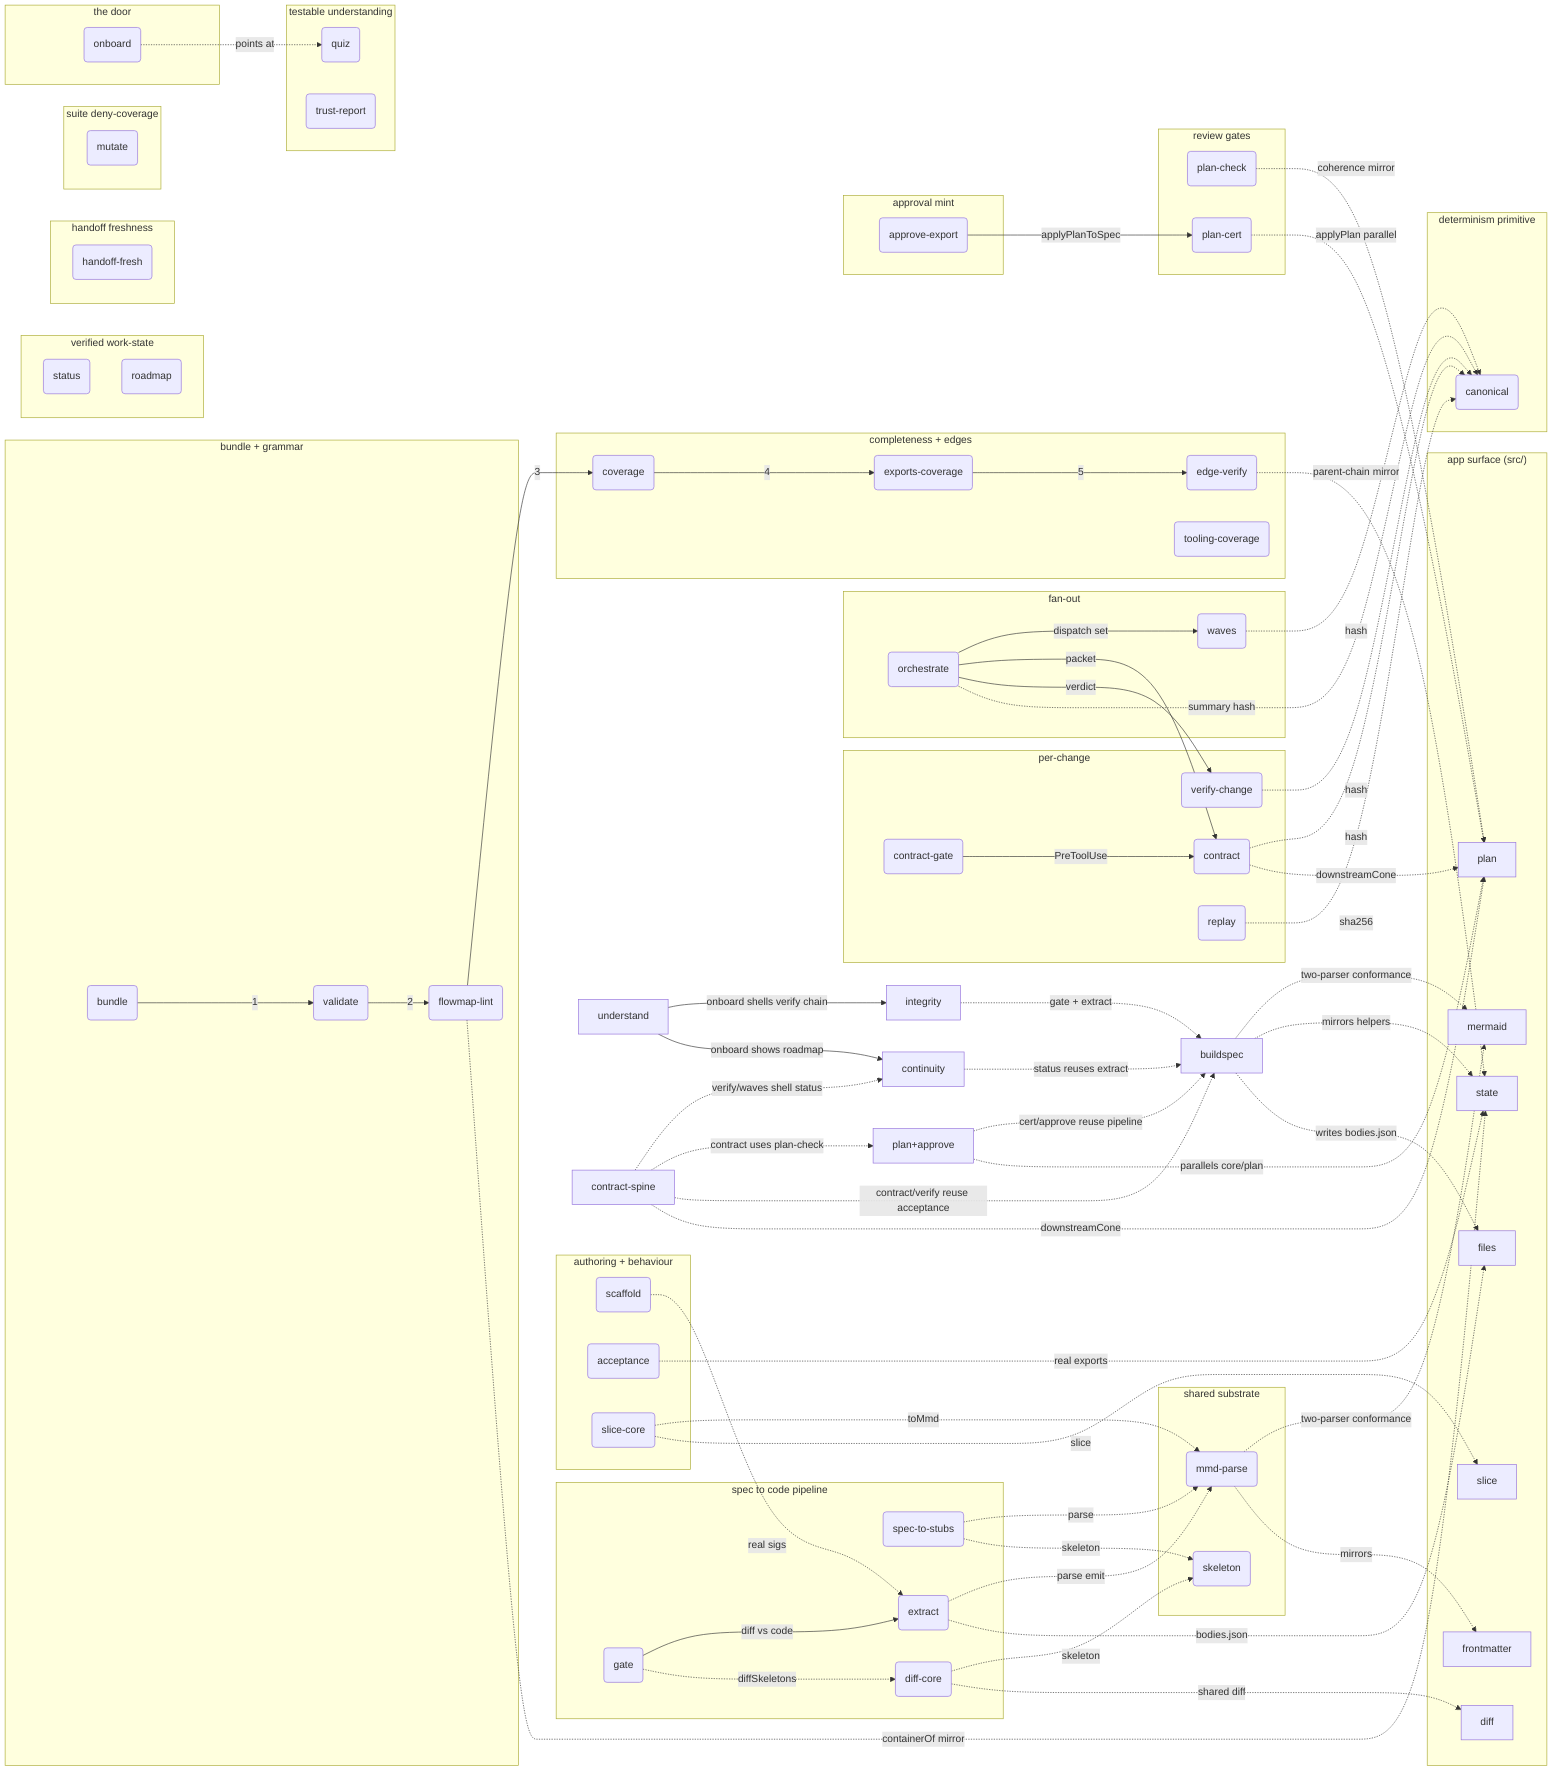
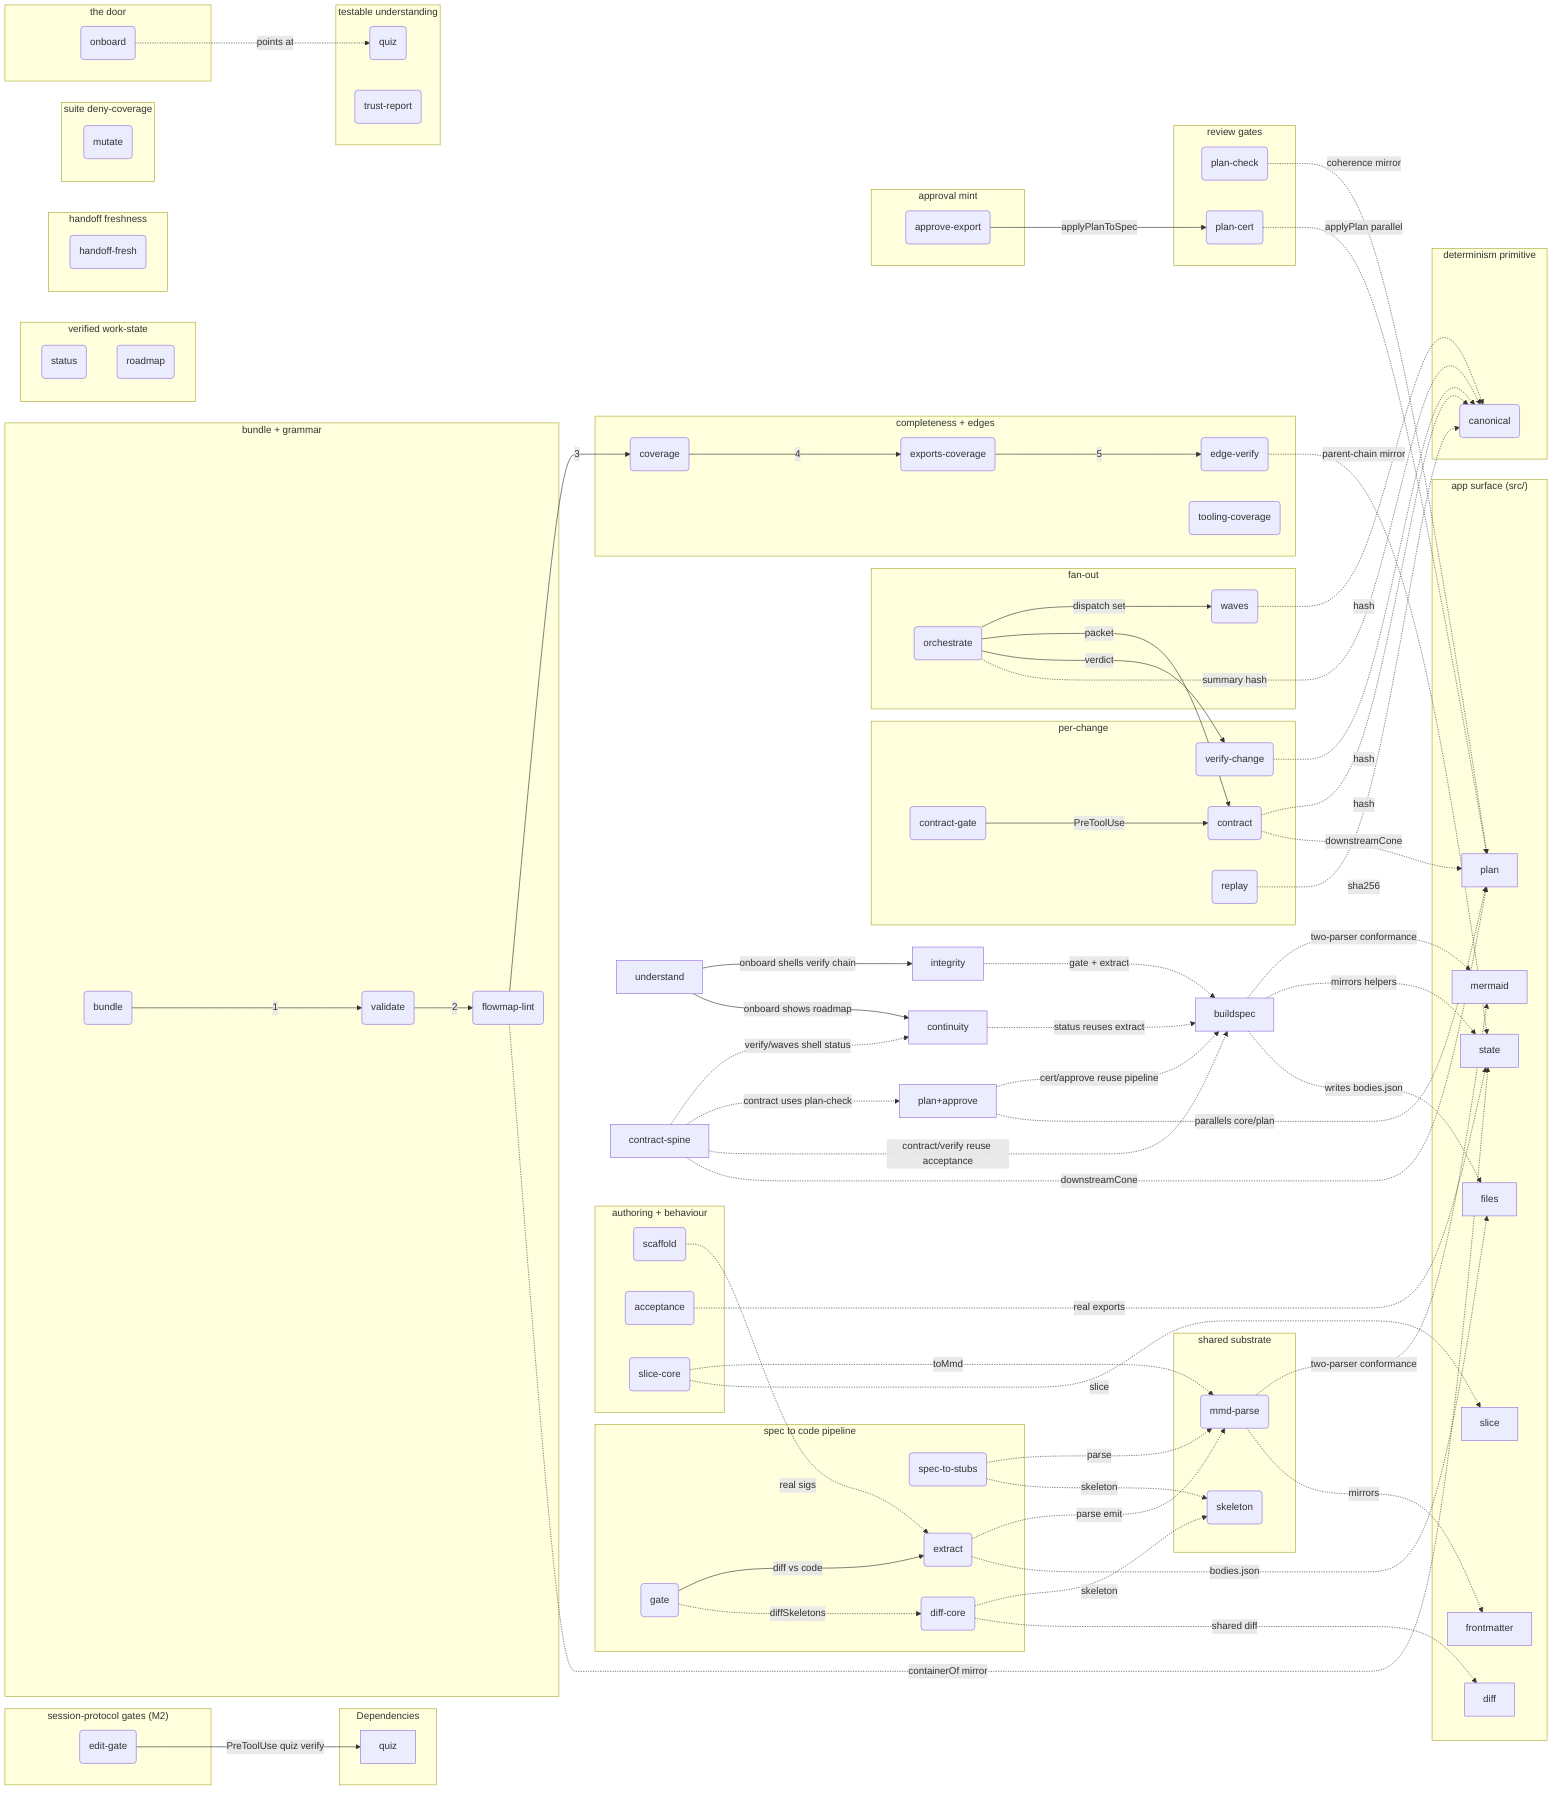
flowchart LR
%% AUTO-GENERATED BUNDLE — do not edit. Edit the per-folder fragments and re-bundle.
%% root flowmapBuildspec

%% fm:meta mermaid name=mermaid
%% fm:meta mermaid desc=app serializer/parser the tooling parser must agree with (two-parser conformance A3)
%% fm:meta frontmatter name=frontmatter
%% fm:meta frontmatter desc=app frontmatter model the tooling parser and skeleton mirror
%% fm:meta state name=state
%% fm:meta state desc=app model and geometry helpers the tooling mirrors and runs acceptance cases against
%% fm:meta files name=files
%% fm:meta files desc=app file IO that consumes the bodies.json the extractor writes
%% fm:meta diff name=diff
%% fm:meta diff desc=app semantic diff whose engine the tooling diff-core shares
%% fm:meta slice name=slice
%% fm:meta slice desc=app neighbourhood slice whose engine the tooling slice-core mirrors
%% fm:meta plan name=plan
%% fm:meta plan desc=app plan overlay model the tooling plan/cert/contract tools parallel and route into
%% fm:meta flowmapBuildspec__mmdParse name=mmd-parse
%% fm:meta flowmapBuildspec__mmdParse desc=zero-dep parser and serializer for the .mmd dialect every tool imports
%% fm:meta flowmapBuildspec__skeleton name=skeleton
%% fm:meta flowmapBuildspec__skeleton desc=canonical contract skeleton of a node plus all type normalization
%% fm:meta flowmapBuildspec__specToStubs name=spec-to-stubs
%% fm:meta flowmapBuildspec__specToStubs desc=step 1 emit TS stubs and contracts so interface drift becomes a tsc error
%% fm:meta flowmapBuildspec__extract name=extract
%% fm:meta flowmapBuildspec__extract desc=step 2 ts-morph walks src and re-serializes real code into a map plus bodies.json
%% fm:meta flowmapBuildspec__diffCore name=diff-core
%% fm:meta flowmapBuildspec__diffCore desc=pure structural diff between two skeleton maps categorizing every mismatch
%% fm:meta flowmapBuildspec__gate name=gate
%% fm:meta flowmapBuildspec__gate desc=step 3 diff committed spec against extracted code and exit non-zero on drift
%% fm:meta flowmapBuildspec__scaffold name=scaffold
%% fm:meta flowmapBuildspec__scaffold desc=author aid init backfill signatures and append plan nodes to fragments
%% fm:meta flowmapBuildspec__acceptance name=acceptance
%% fm:meta flowmapBuildspec__acceptance desc=Keystone 2 run behavioural cases against real src exports to prove correctness
%% fm:meta flowmapBuildspec__sliceCore name=slice-core
%% fm:meta flowmapBuildspec__sliceCore desc=pure model slicer reducing a parsed map to a seed node neighbourhood
%% fm:meta flowmapContinuity__status name=status
%% fm:meta flowmapContinuity__status desc=verified work-state compare a plan proposed signatures against live code built pending drifted missing
%% fm:meta flowmapContinuity__roadmap name=roadmap
%% fm:meta flowmapContinuity__roadmap desc=compute roadmap phase status from predicates and audit the no prose status ban
%% fm:meta flowmapContinuity__handoff name=handoff-fresh
%% fm:meta flowmapContinuity__handoff desc=detect when the handoff lags commits and falsify not yet committed prose claims
%% fm:meta flowmapContractSpine__canonical name=canonical
%% fm:meta flowmapContractSpine__canonical desc=the determinism primitive key sorted JSON and sha256 so equality is a hash compare
%% fm:meta flowmapContractSpine__contract name=contract
%% fm:meta flowmapContractSpine__contract desc=emit a byte deterministic per change packet by routing blast radius source and coherence
%% fm:meta flowmapContractSpine__contractGate name=contract-gate
%% fm:meta flowmapContractSpine__contractGate desc=PreToolUse hook deny a spawn carrying a contract sentinel unless the contract resolves clean
+ %% fm:meta flowmapContractSpine__editGate name=edit-gate
+ %% fm:meta flowmapContractSpine__editGate desc=PreToolUse hook deny a src edit unless a quiz pass verifies against the current map bytes
%% fm:meta flowmapContractSpine__verifyChange name=verify-change
%% fm:meta flowmapContractSpine__verifyChange desc=fold structural and behavioural results into a data only verdict strict refuses over trust
%% fm:meta flowmapContractSpine__replay name=replay
%% fm:meta flowmapContractSpine__replay desc=determinism harness run a command N times and assert one stdout hash
%% fm:meta flowmapContractSpine__waves name=waves
%% fm:meta flowmapContractSpine__waves desc=topological wave partition of unbuilt changes with cycle detection for parallel dispatch
%% fm:meta flowmapContractSpine__orchestrate name=orchestrate
%% fm:meta flowmapContractSpine__orchestrate desc=the driver waves to per change worktree plus contract to verdict to canonical summary
%% fm:meta flowmapIntegrity__bundle name=bundle
%% fm:meta flowmapIntegrity__bundle desc=merge root plus every fragment into one bundle namespacing private ids
%% fm:meta flowmapIntegrity__validate name=validate
%% fm:meta flowmapIntegrity__validate desc=grammar gate one header unique ids every reference resolves one kind per node
%% fm:meta flowmapIntegrity__lint name=flowmap-lint
%% fm:meta flowmapIntegrity__lint desc=architecture altitude gate fail on flat file-mirror or unsectioned loose bag
%% fm:meta flowmapIntegrity__coverage name=coverage
%% fm:meta flowmapIntegrity__coverage desc=file completeness guard every source file is represented or has a fragment
%% fm:meta flowmapIntegrity__exports name=exports-coverage
%% fm:meta flowmapIntegrity__exports desc=symbol completeness guard every exported symbol is a node or audited entry
%% fm:meta flowmapIntegrity__edges name=edge-verify
%% fm:meta flowmapIntegrity__edges desc=edge integrity guard every edge is import backed intra file or audited advisory
%% fm:meta flowmapIntegrity__toolingCoverage name=tooling-coverage
%% fm:meta flowmapIntegrity__toolingCoverage desc=completeness plus symbol truth guard for the tooling map itself
%% fm:meta flowmapIntegrity__mutate name=mutate
%% fm:meta flowmapIntegrity__mutate desc=mutation harness apply corpus defects in isolated HEAD worktrees and assert the suite reacts as the corpus expects
%% fm:meta flowmapPlanApprove__planCheck name=plan-check
%% fm:meta flowmapPlanApprove__planCheck desc=C3 authoring coherence real ids acyclic deps valid parents coherent accepted set
%% fm:meta flowmapPlanApprove__planCert name=plan-cert
%% fm:meta flowmapPlanApprove__planCert desc=C2 dry-run certificate apply the plan and run generate tsc extract gate as a delta
%% fm:meta flowmapPlanApprove__approve name=approve-export
%% fm:meta flowmapPlanApprove__approve desc=E1 mint write approved map contracts filtered plan and checklist
%% fm:meta flowmapUnderstand__onboard name=onboard
%% fm:meta flowmapUnderstand__onboard desc=the single verifiable door shell the verify chain emit invariants print quiz and roadmap
%% fm:meta flowmapUnderstand__quiz name=quiz
%% fm:meta flowmapUnderstand__quiz desc=Keystone 1 generate structural questions and score answers against live re-derived keys
%% fm:meta flowmapUnderstand__trust name=trust-report
%% fm:meta flowmapUnderstand__trust desc=tier every claim verified advisory or unverified so readers know what is enforced

%% kind flowmapBuildspec module
%% kind flowmapIntegrity module
%% kind flowmapUnderstand module
%% kind flowmapContinuity module
%% kind flowmapPlanApprove module
%% kind flowmapContractSpine module
%% kind mermaid module
%% kind frontmatter module
%% kind state module
%% kind files module
%% kind diff module
%% kind slice module
%% kind plan module
%% kind flowmapBuildspec__mmdParse module
%% kind flowmapBuildspec__skeleton module
%% kind flowmapBuildspec__specToStubs service
%% kind flowmapBuildspec__extract service
%% kind flowmapBuildspec__diffCore module
%% kind flowmapBuildspec__gate service
%% kind flowmapBuildspec__scaffold service
%% kind flowmapBuildspec__acceptance service
%% kind flowmapBuildspec__sliceCore module
%% kind flowmapContinuity__status service
%% kind flowmapContinuity__roadmap service
%% kind flowmapContinuity__handoff service
%% kind flowmapContractSpine__canonical module
%% kind flowmapContractSpine__contract service
%% kind flowmapContractSpine__contractGate service
+ %% kind flowmapContractSpine__editGate service
%% kind flowmapContractSpine__verifyChange service
%% kind flowmapContractSpine__replay service
%% kind flowmapContractSpine__waves service
%% kind flowmapContractSpine__orchestrate service
%% kind flowmapIntegrity__bundle service
%% kind flowmapIntegrity__validate service
%% kind flowmapIntegrity__lint service
%% kind flowmapIntegrity__coverage service
%% kind flowmapIntegrity__exports service
%% kind flowmapIntegrity__edges service
%% kind flowmapIntegrity__toolingCoverage service
%% kind flowmapIntegrity__mutate service
%% kind flowmapPlanApprove__planCheck service
%% kind flowmapPlanApprove__planCert service
%% kind flowmapPlanApprove__approve service
%% kind flowmapUnderstand__onboard service
%% kind flowmapUnderstand__quiz service
%% kind flowmapUnderstand__trust service
%% parent flowmapBuildspec__bs_substrate flowmapBuildspec
%% parent flowmapBuildspec__bs_pipeline flowmapBuildspec
%% parent flowmapBuildspec__bs_aids flowmapBuildspec
%% parent flowmapContinuity__co_state flowmapContinuity
%% parent flowmapContinuity__co_handoff flowmapContinuity
%% parent flowmapContractSpine__cs_prim flowmapContractSpine
%% parent flowmapContractSpine__cs_change flowmapContractSpine
%% parent flowmapContractSpine__cs_fanout flowmapContractSpine
+ %% parent flowmapContractSpine__cs_protocol flowmapContractSpine
%% parent flowmapIntegrity__in_build flowmapIntegrity
%% parent flowmapIntegrity__in_complete flowmapIntegrity
%% parent flowmapIntegrity__in_suite flowmapIntegrity
%% parent flowmapPlanApprove__pa_gates flowmapPlanApprove
%% parent flowmapPlanApprove__pa_mint flowmapPlanApprove
%% parent flowmapUnderstand__un_door flowmapUnderstand
%% parent flowmapUnderstand__un_prove flowmapUnderstand
%% src flowmapBuildspec__mmdParse tools/buildspec/mmd-parse.mjs#parseMmd
%% src flowmapBuildspec__skeleton tools/buildspec/skeleton.mjs#specSkeleton
%% src flowmapBuildspec__specToStubs tools/buildspec/spec-to-stubs.mjs#generate
%% src flowmapBuildspec__extract tools/buildspec/extract.mjs#extract
%% src flowmapBuildspec__diffCore tools/buildspec/diff-core.mjs#diffSkeletons
%% src flowmapBuildspec__gate tools/buildspec/gate.mjs
%% src flowmapBuildspec__scaffold tools/buildspec/scaffold.mjs#addFromPlan
%% src flowmapBuildspec__acceptance tools/buildspec/acceptance.mjs#runAcceptance
%% src flowmapBuildspec__sliceCore tools/buildspec/slice-core.mjs#sliceModel
%% src flowmapContinuity__status tools/flowmap/status.mjs
%% src flowmapContinuity__roadmap tools/flowmap/roadmap.mjs
%% src flowmapContinuity__handoff tools/flowmap/handoff-fresh.mjs#checkContentClaims
%% src flowmapContractSpine__canonical tools/flowmap/lib/canonical.mjs#canonicalize
%% src flowmapContractSpine__contract tools/flowmap/contract.mjs
%% src flowmapContractSpine__contractGate tools/flowmap/contract-gate.mjs
+ %% src flowmapContractSpine__editGate tools/flowmap/edit-gate.mjs
%% src flowmapContractSpine__verifyChange tools/flowmap/verify-change.mjs
%% src flowmapContractSpine__replay tools/flowmap/replay.mjs
%% src flowmapContractSpine__waves tools/flowmap/waves.mjs
%% src flowmapContractSpine__orchestrate tools/flowmap/orchestrate.mjs
%% src flowmapIntegrity__bundle tools/flowmap/bundle.mjs
%% src flowmapIntegrity__validate tools/flowmap/validate.mjs
%% src flowmapIntegrity__lint tools/flowmap/flowmap-lint.mjs#lint
%% src flowmapIntegrity__coverage tools/flowmap/coverage.mjs
%% src flowmapIntegrity__exports tools/flowmap/exports-coverage.mjs
%% src flowmapIntegrity__edges tools/flowmap/edge-verify.mjs#verifyEdges
%% src flowmapIntegrity__toolingCoverage tools/flowmap/tooling-coverage.mjs
%% src flowmapIntegrity__mutate tools/flowmap/mutate.mjs
%% src flowmapPlanApprove__planCheck tools/flowmap/plan-check.mjs#checkPlan
%% src flowmapPlanApprove__planCert tools/flowmap/plan-cert.mjs#certifyPlan
%% src flowmapPlanApprove__approve tools/flowmap/approve-export.mjs#approveExport
%% src flowmapUnderstand__onboard tools/flowmap/onboard.mjs
%% src flowmapUnderstand__quiz tools/flowmap/quiz.mjs
%% src flowmapUnderstand__trust tools/flowmap/trust-report.mjs

  flowmapBuildspec["buildspec"]
  flowmapIntegrity["integrity"]
  flowmapUnderstand["understand"]
  flowmapContinuity["continuity"]
  flowmapPlanApprove["plan+approve"]
  flowmapContractSpine["contract-spine"]
  subgraph AppSurface ["app surface (src/)"]
    mermaid["mermaid"]
    frontmatter["frontmatter"]
    state["state"]
    files["files"]
    diff["diff"]
    slice["slice"]
    plan["plan"]
  end
  %% ---- subsystem-level flow (the loop) ----
  %% ---- tooling -> app surface (the blast radius) ----

  subgraph flowmapBuildspec__bs_substrate ["shared substrate"]
    flowmapBuildspec__mmdParse("mmd-parse")
    flowmapBuildspec__skeleton("skeleton")
  end
  subgraph flowmapBuildspec__bs_pipeline ["spec to code pipeline"]
    flowmapBuildspec__specToStubs("spec-to-stubs")
    flowmapBuildspec__extract("extract")
    flowmapBuildspec__gate("gate")
    flowmapBuildspec__diffCore("diff-core")
  end
  subgraph flowmapBuildspec__bs_aids ["authoring + behaviour"]
    flowmapBuildspec__scaffold("scaffold")
    flowmapBuildspec__acceptance("acceptance")
    flowmapBuildspec__sliceCore("slice-core")
  end

  subgraph flowmapContinuity__co_state ["verified work-state"]
    flowmapContinuity__status("status")
    flowmapContinuity__roadmap("roadmap")
  end
  subgraph flowmapContinuity__co_handoff ["handoff freshness"]
    flowmapContinuity__handoff("handoff-fresh")
  end

  subgraph flowmapContractSpine__cs_prim ["determinism primitive"]
    flowmapContractSpine__canonical("canonical")
  end
  subgraph flowmapContractSpine__cs_change ["per-change"]
    flowmapContractSpine__contract("contract")
    flowmapContractSpine__contractGate("contract-gate")
    flowmapContractSpine__verifyChange("verify-change")
    flowmapContractSpine__replay("replay")
  end
  subgraph flowmapContractSpine__cs_fanout ["fan-out"]
    flowmapContractSpine__waves("waves")
    flowmapContractSpine__orchestrate("orchestrate")
+   end
+   subgraph flowmapContractSpine__cs_protocol ["session-protocol gates (M2)"]
+     flowmapContractSpine__editGate("edit-gate")
+   end
+   subgraph flowmapContractSpine__Deps ["Dependencies"]
+     flowmapContractSpine__quiz["quiz"]
  end

  subgraph flowmapIntegrity__in_build ["bundle + grammar"]
    flowmapIntegrity__bundle("bundle")
    flowmapIntegrity__validate("validate")
    flowmapIntegrity__lint("flowmap-lint")
  end
  subgraph flowmapIntegrity__in_complete ["completeness + edges"]
    flowmapIntegrity__coverage("coverage")
    flowmapIntegrity__exports("exports-coverage")
    flowmapIntegrity__edges("edge-verify")
    flowmapIntegrity__toolingCoverage("tooling-coverage")
  end
  subgraph flowmapIntegrity__in_suite ["suite deny-coverage"]
    flowmapIntegrity__mutate("mutate")
  end

  subgraph flowmapPlanApprove__pa_gates ["review gates"]
    flowmapPlanApprove__planCheck("plan-check")
    flowmapPlanApprove__planCert("plan-cert")
  end
  subgraph flowmapPlanApprove__pa_mint ["approval mint"]
    flowmapPlanApprove__approve("approve-export")
  end

  subgraph flowmapUnderstand__un_door ["the door"]
    flowmapUnderstand__onboard("onboard")
  end
  subgraph flowmapUnderstand__un_prove ["testable understanding"]
    flowmapUnderstand__quiz("quiz")
    flowmapUnderstand__trust("trust-report")
  end

  flowmapUnderstand -->|onboard shells verify chain| flowmapIntegrity
  flowmapUnderstand -->|onboard shows roadmap| flowmapContinuity
  flowmapIntegrity -.->|gate + extract| flowmapBuildspec
  flowmapContinuity -.->|status reuses extract| flowmapBuildspec
  flowmapPlanApprove -.->|cert/approve reuse pipeline| flowmapBuildspec
  flowmapContractSpine -.->|verify/waves shell status| flowmapContinuity
  flowmapContractSpine -.->|contract uses plan-check| flowmapPlanApprove
  flowmapContractSpine -.->|contract/verify reuse acceptance| flowmapBuildspec
  flowmapBuildspec -.->|two-parser conformance| mermaid
  flowmapBuildspec -.->|mirrors helpers| state
  flowmapBuildspec -.->|writes bodies.json| files
  flowmapPlanApprove -.->|parallels core/plan| plan
  flowmapContractSpine -.->|downstreamCone| plan
  flowmapBuildspec__gate -->|diff vs code| flowmapBuildspec__extract
  flowmapBuildspec__gate -.->|diffSkeletons| flowmapBuildspec__diffCore
  flowmapBuildspec__diffCore -.->|skeleton| flowmapBuildspec__skeleton
  flowmapBuildspec__extract -.->|parse emit| flowmapBuildspec__mmdParse
  flowmapBuildspec__specToStubs -.->|parse| flowmapBuildspec__mmdParse
  flowmapBuildspec__specToStubs -.->|skeleton| flowmapBuildspec__skeleton
  flowmapBuildspec__scaffold -.->|real sigs| flowmapBuildspec__extract
  flowmapBuildspec__sliceCore -.->|toMmd| flowmapBuildspec__mmdParse
  flowmapBuildspec__mmdParse -.->|two-parser conformance| mermaid
  flowmapBuildspec__mmdParse -.->|mirrors| frontmatter
  flowmapBuildspec__extract -.->|bodies.json| files
  flowmapBuildspec__acceptance -.->|real exports| state
  flowmapBuildspec__diffCore -.->|shared diff| diff
  flowmapBuildspec__sliceCore -.->|slice| slice
  flowmapContractSpine__contractGate -->|PreToolUse| flowmapContractSpine__contract
+   flowmapContractSpine__editGate -->|PreToolUse quiz verify| flowmapContractSpine__quiz
  flowmapContractSpine__orchestrate -->|dispatch set| flowmapContractSpine__waves
  flowmapContractSpine__orchestrate -->|packet| flowmapContractSpine__contract
  flowmapContractSpine__orchestrate -->|verdict| flowmapContractSpine__verifyChange
  flowmapContractSpine__contract -.->|hash| flowmapContractSpine__canonical
  flowmapContractSpine__verifyChange -.->|hash| flowmapContractSpine__canonical
  flowmapContractSpine__replay -.->|sha256| flowmapContractSpine__canonical
  flowmapContractSpine__waves -.->|hash| flowmapContractSpine__canonical
  flowmapContractSpine__orchestrate -.->|summary hash| flowmapContractSpine__canonical
  flowmapContractSpine__contract -.->|downstreamCone| plan
  flowmapIntegrity__bundle -->|1| flowmapIntegrity__validate
  flowmapIntegrity__validate -->|2| flowmapIntegrity__lint
  flowmapIntegrity__lint -->|3| flowmapIntegrity__coverage
  flowmapIntegrity__coverage -->|4| flowmapIntegrity__exports
  flowmapIntegrity__exports -->|5| flowmapIntegrity__edges
  flowmapIntegrity__lint -.->|containerOf mirror| state
  flowmapIntegrity__edges -.->|parent-chain mirror| state
  flowmapPlanApprove__approve -->|applyPlanToSpec| flowmapPlanApprove__planCert
  flowmapPlanApprove__planCheck -.->|coherence mirror| plan
  flowmapPlanApprove__planCert -.->|applyPlan parallel| plan
  flowmapUnderstand__onboard -.->|points at| flowmapUnderstand__quiz
